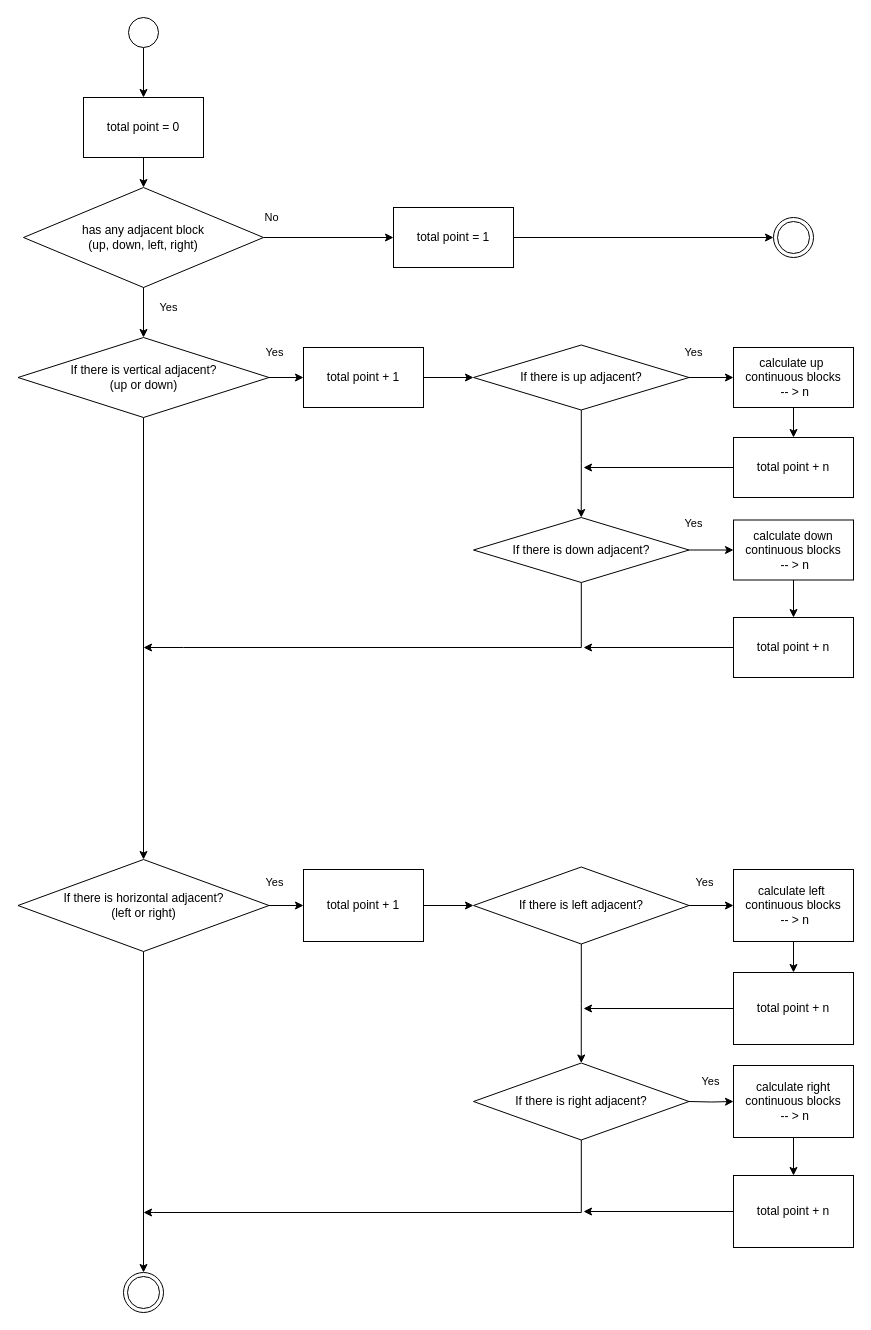
This is Azul calculate flow.drawio from Aidan-Huang/CardGame, a draw.io file, before an edit. Source tidied: cells renumbered, new cells numbered last; positions are measured from the earlier drawing's top-left corner, leaving out a move shared by most shapes. Both pictures are drawn from the tidied source at 100%, with x=0, y=0 at pixel (17, 17).
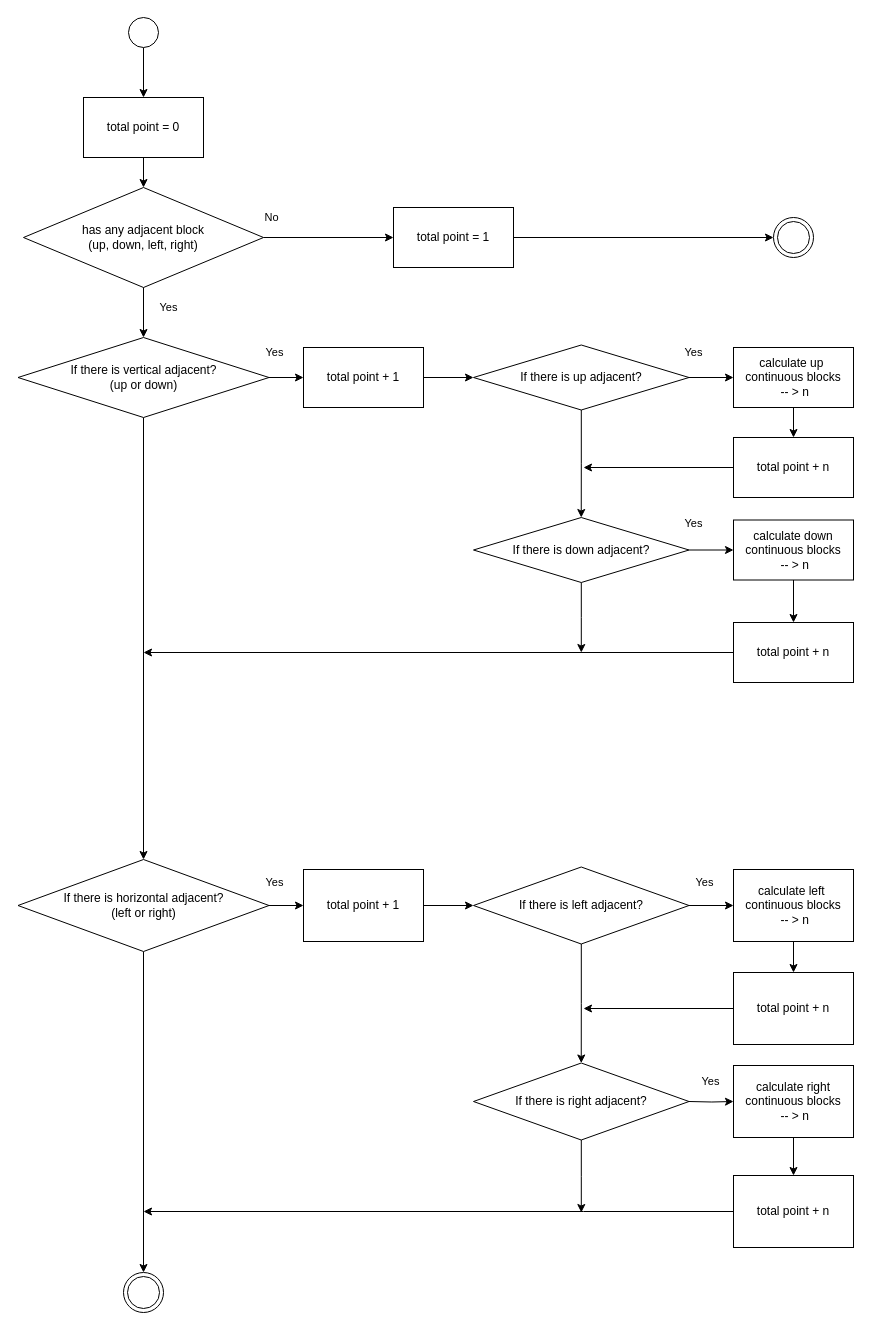
The same diagram, later.

Unchanged cells that the change refers to:
```xml
<mxCell id="26" value="If there is down adjacent?" style="rhombus;whiteSpace=wrap;html=1;" parent="1" vertex="1">
  <mxGeometry x="456" y="500" width="215.5" height="65" as="geometry" />
</mxCell>
<mxCell id="42" value="If there is right adjacent?" style="rhombus;whiteSpace=wrap;html=1;" parent="1" vertex="1">
  <mxGeometry x="456" y="1045.5" width="215.5" height="77" as="geometry" />
</mxCell>
<mxCell id="48" value="&lt;span&gt;total point + n&lt;/span&gt;" style="whiteSpace=wrap;html=1;" parent="1" vertex="1">
  <mxGeometry x="716" y="1158" width="120" height="72" as="geometry" />
</mxCell>
```

Change to the diagram source:
```diff
@@
-    <mxCell id="25" style="edgeStyle=orthogonalEdgeStyle;rounded=0;jettySize=auto;html=1;" parent="1" edge="1" source="26">
-      <mxGeometry relative="1" as="geometry">
-        <mxPoint x="126" y="630" as="targetPoint" />
-        <Array as="points">
-          <mxPoint x="564" y="630" />
-          <mxPoint x="166" y="630" />
-        </Array>
-      </mxGeometry>
-    </mxCell>
+    <mxCell id="51" style="edgeStyle=orthogonalEdgeStyle;rounded=0;jettySize=auto;html=1;" parent="1" edge="1" source="26">
+      <mxGeometry relative="1" as="geometry">
+        <mxPoint x="563.8" y="635" as="targetPoint" />
+      </mxGeometry>
+    </mxCell>
@@
-    <mxCell id="31" style="edgeStyle=orthogonalEdgeStyle;rounded=0;jettySize=auto;html=1;" parent="1" edge="1" source="32">
-      <mxGeometry relative="1" as="geometry">
-        <mxPoint x="566" y="630" as="targetPoint" />
-      </mxGeometry>
-    </mxCell>
+    <mxCell id="52" style="edgeStyle=orthogonalEdgeStyle;rounded=0;jettySize=auto;html=1;" parent="1" edge="1" source="32">
+      <mxGeometry relative="1" as="geometry">
+        <mxPoint x="126" y="635" as="targetPoint" />
+      </mxGeometry>
+    </mxCell>
     <mxCell id="32" value="&lt;span&gt;total point + n&lt;/span&gt;" style="whiteSpace=wrap;html=1;" parent="1" vertex="1">
-      <mxGeometry x="716" y="600" width="120" height="60" as="geometry" />
+      <mxGeometry x="716" y="605" width="120" height="60" as="geometry" />
     </mxCell>
@@
-    <mxCell id="41" style="edgeStyle=orthogonalEdgeStyle;rounded=0;jettySize=auto;html=1;" parent="1" edge="1" source="42">
-      <mxGeometry relative="1" as="geometry">
-        <mxPoint x="126" y="1195" as="targetPoint" />
-        <Array as="points">
-          <mxPoint x="564" y="1195" />
-          <mxPoint x="136" y="1195" />
-        </Array>
-      </mxGeometry>
-    </mxCell>
+    <mxCell id="53" style="edgeStyle=orthogonalEdgeStyle;rounded=0;jettySize=auto;html=1;" parent="1" edge="1" source="42">
+      <mxGeometry relative="1" as="geometry">
+        <mxPoint x="563.8" y="1195" as="targetPoint" />
+      </mxGeometry>
+    </mxCell>
@@
     <mxCell id="47" style="edgeStyle=orthogonalEdgeStyle;rounded=0;jettySize=auto;html=1;" parent="1" edge="1" source="48">
       <mxGeometry relative="1" as="geometry">
-        <mxPoint x="566" y="1194" as="targetPoint" />
+        <mxPoint x="126" y="1194" as="targetPoint" />
         <Array as="points">
           <mxPoint x="566" y="1194" />
         </Array>
       </mxGeometry>
     </mxCell>
```
